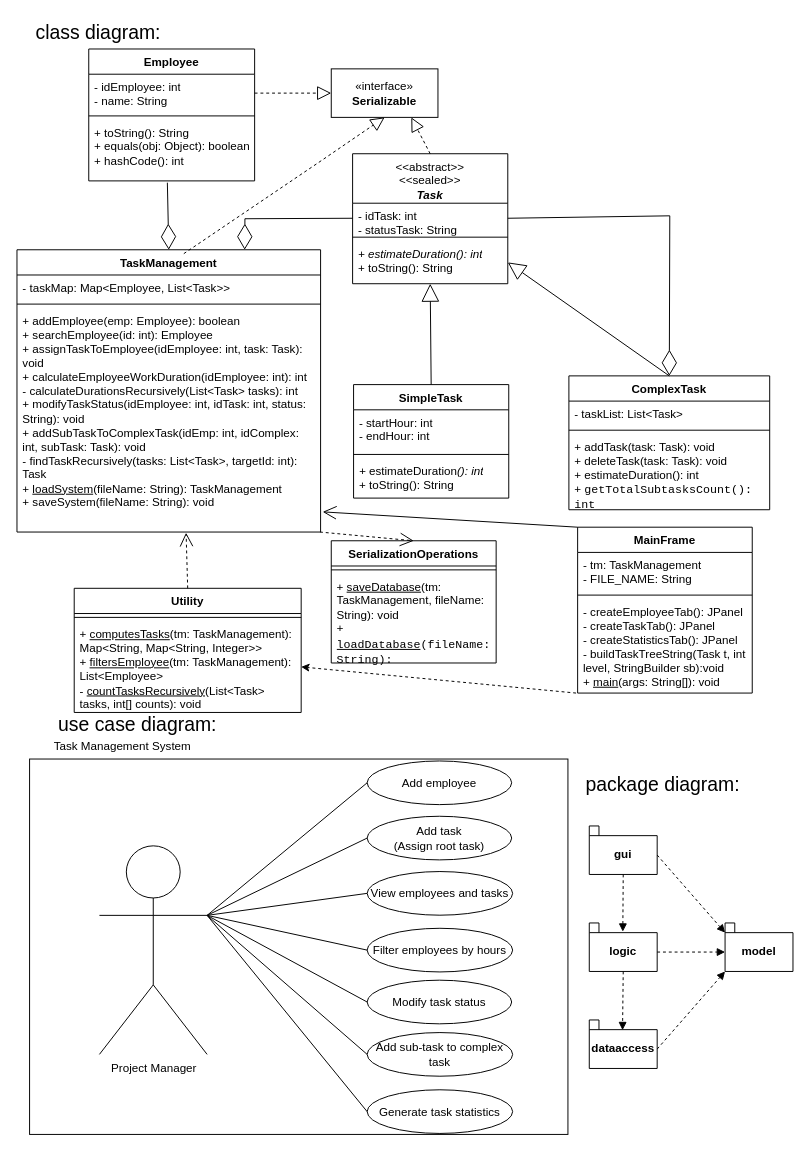
Above: Package_diagram_as1.drawio in alex15g/Task-Flow-Manager (draw.io), before the change. Source tidied: cells renumbered, new cells numbered last; positions are measured from the earlier drawing's top-left corner, leaving out a move shared by most shapes. Both pictures are drawn from the tidied source at 97%, with x=0, y=0 at pixel (16, 16).
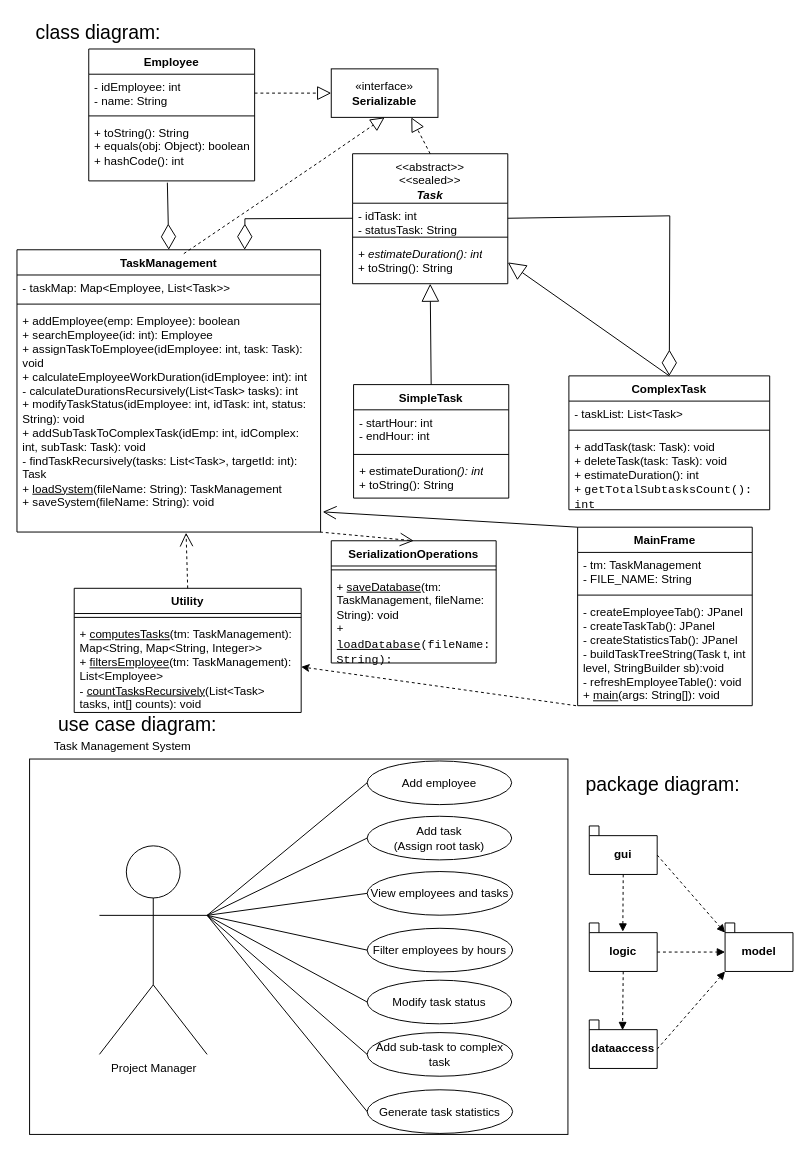
The same diagram, later.

The edit, as a diff of the source:
```diff
@@
     <mxCell id="62" value="MainFrame" style="swimlane;fontStyle=1;align=center;verticalAlign=top;horizontal=1;startSize=26;whiteSpace=wrap;html=1;" parent="1" vertex="1">
-      <mxGeometry x="578" y="526" width="180" height="171" as="geometry" />
+      <mxGeometry x="578" y="526" width="180" height="184" as="geometry" />
     </mxCell>
@@
-    <mxCell id="65" value="- createEmployeeTab(): JPanel&lt;div&gt;- createTaskTab(): JPanel&lt;/div&gt;&lt;div&gt;- createStatisticsTab(): JPanel&lt;/div&gt;&lt;div&gt;- buildTaskTreeString(Task t, int level, StringBuilder sb):void&lt;/div&gt;&lt;div&gt;+ &lt;u&gt;main&lt;/u&gt;(args: String[]): void&lt;/div&gt;" style="text;strokeColor=none;fillColor=none;align=left;verticalAlign=top;spacingLeft=4;spacingRight=4;overflow=hidden;points=[[0,0.5],[1,0.5]];portConstraint=eastwest;whiteSpace=wrap;html=1;" parent="62" vertex="1">
-      <mxGeometry y="74" width="180" height="97" as="geometry" />
+    <mxCell id="65" value="- createEmployeeTab(): JPanel&lt;div&gt;- createTaskTab(): JPanel&lt;/div&gt;&lt;div&gt;- createStatisticsTab(): JPanel&lt;/div&gt;&lt;div&gt;- buildTaskTreeString(Task t, int level, StringBuilder sb):void&lt;/div&gt;&lt;div&gt;- refreshEmployeeTable(): void&lt;/div&gt;&lt;div&gt;+ &lt;u&gt;main&lt;/u&gt;(args: String[]): void&lt;/div&gt;" style="text;strokeColor=none;fillColor=none;align=left;verticalAlign=top;spacingLeft=4;spacingRight=4;overflow=hidden;points=[[0,0.5],[1,0.5]];portConstraint=eastwest;whiteSpace=wrap;html=1;" parent="62" vertex="1">
+      <mxGeometry y="74" width="180" height="110" as="geometry" />
     </mxCell>
```
